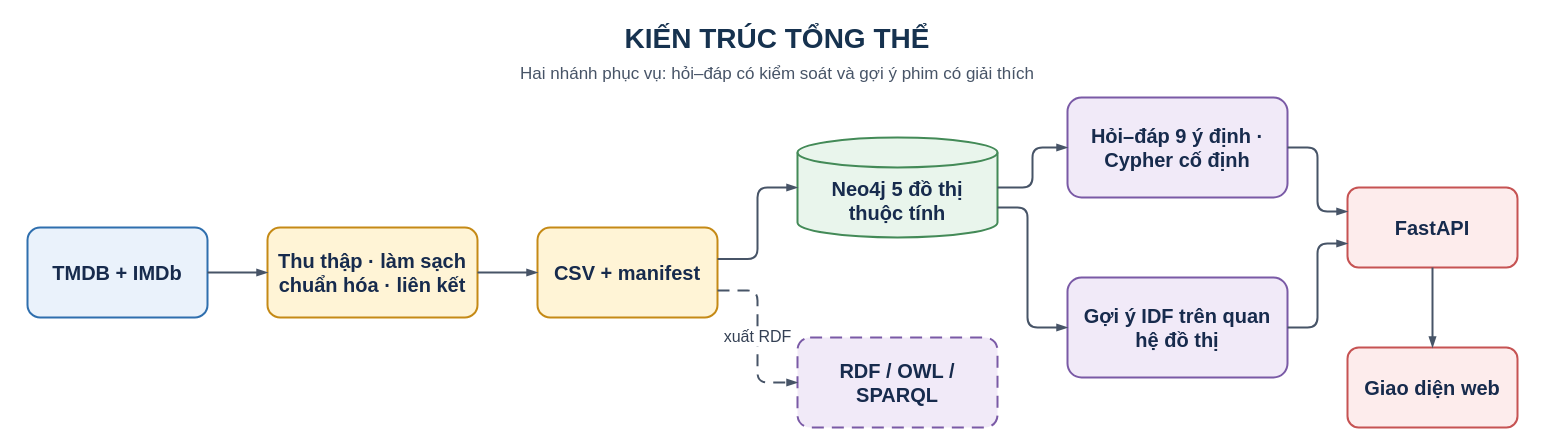
This is report_latex/images/sources/system_architecture.drawio from khanhhk/advanced_database, a draw.io file, before an edit. Source tidied: cells renumbered, new cells numbered last; positions are measured from the earlier drawing's top-left corner, leaving out a move shared by most shapes. Both pictures are drawn from the tidied source at 100%, with x=0, y=0 at pixel (17, 17).
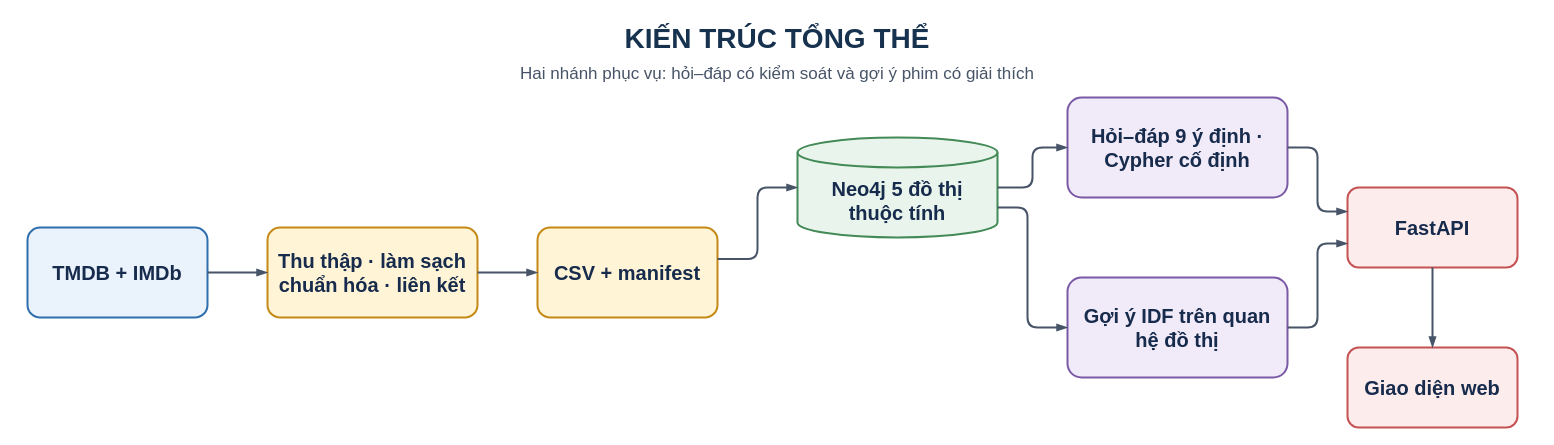
The same diagram, later.

Unchanged cells that the change refers to:
```xml
<mxCell id="6" value="CSV + manifest" style="rounded=1;arcSize=14;whiteSpace=wrap;html=1;align=center;verticalAlign=middle;spacing=8;fontFamily=Helvetica;fontSize=20;fontColor=#172B4D;fillColor=#FFF4D6;strokeColor=#C58A16;strokeWidth=2;fontStyle=1;" parent="1" vertex="1">
  <mxGeometry x="520" y="210" width="180" height="90" as="geometry" />
</mxCell>
```

What changed in the source:
```diff
@@
-    <mxCell id="8" value="RDF / OWL / SPARQL" style="rounded=1;arcSize=14;whiteSpace=wrap;html=1;align=center;verticalAlign=middle;spacing=8;fontFamily=Helvetica;fontSize=20;fontColor=#172B4D;fillColor=#F1EAF8;strokeColor=#7A5AA6;strokeWidth=2;fontStyle=1;dashed=1;dashPattern=6 4;" parent="1" vertex="1">
-      <mxGeometry x="780" y="320" width="200" height="90" as="geometry" />
-    </mxCell>
@@
-    <mxCell id="16" value="xuất RDF" style="edgeStyle=orthogonalEdgeStyle;rounded=1;jettySize=auto;html=1;strokeColor=#475467;strokeWidth=2;endArrow=blockThin;endFill=1;fontFamily=Helvetica;fontSize=16;fontColor=#344054;labelBackgroundColor=#FFFFFF;exitX=1;exitY=0.7;exitDx=0;exitDy=0;entryX=0;entryY=0.5;entryDx=0;entryDy=0;dashed=1;dashPattern=6 4;" parent="1" edge="1" source="6" target="8">
-      <mxGeometry relative="1" as="geometry" />
-    </mxCell>
```
